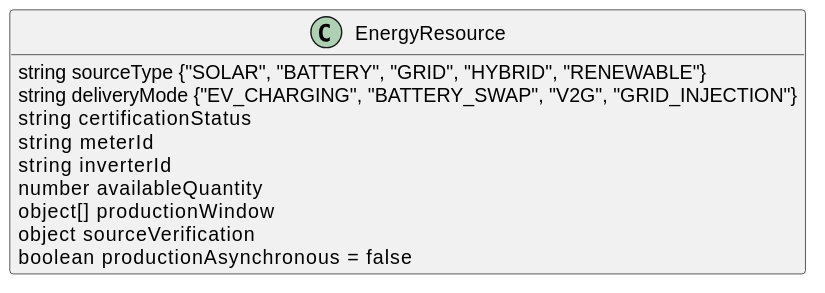
Above: docs/schema/EnergyResource/v0.2/attributes.svg in beckn/protocol-specifications-new (PlantUML), before the change.
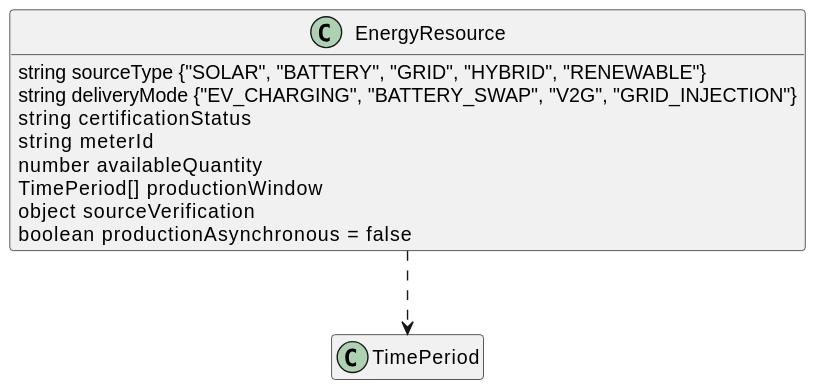
After the commit.

The edit, as a diff of the source:
```diff
@@ -8,10 +8,11 @@
     {field} string deliveryMode {"EV_CHARGING", "BATTERY_SWAP", "V2G", "GRID_INJECTION"}
     {field} string certificationStatus
     {field} string meterId
-    {field} string inverterId
     {field} number availableQuantity
-    {field} object[] productionWindow
+    {field} TimePeriod[] productionWindow
     {field} object sourceVerification
     {field} boolean productionAsynchronous = false
 }
+
+EnergyResource ..> TimePeriod
 @enduml
```
